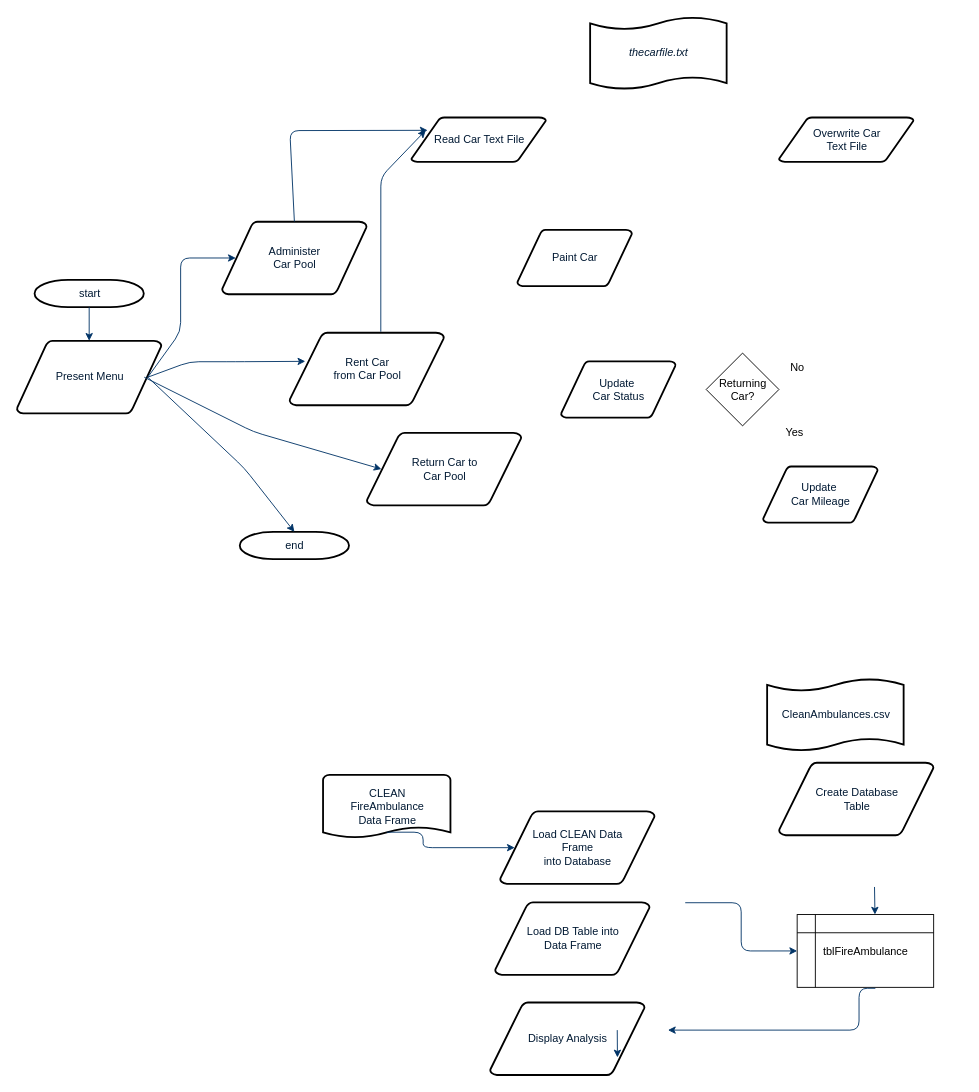
This is OOP Part 1.drawio from JackDaedalus/hello-world, a draw.io file, before an edit. Source tidied: cells renumbered, new cells numbered last; positions are measured from the earlier drawing's top-left corner, leaving out a move shared by most shapes. Both pictures are drawn from the tidied source at 91%, with x=0, y=0 at pixel (16, 16).
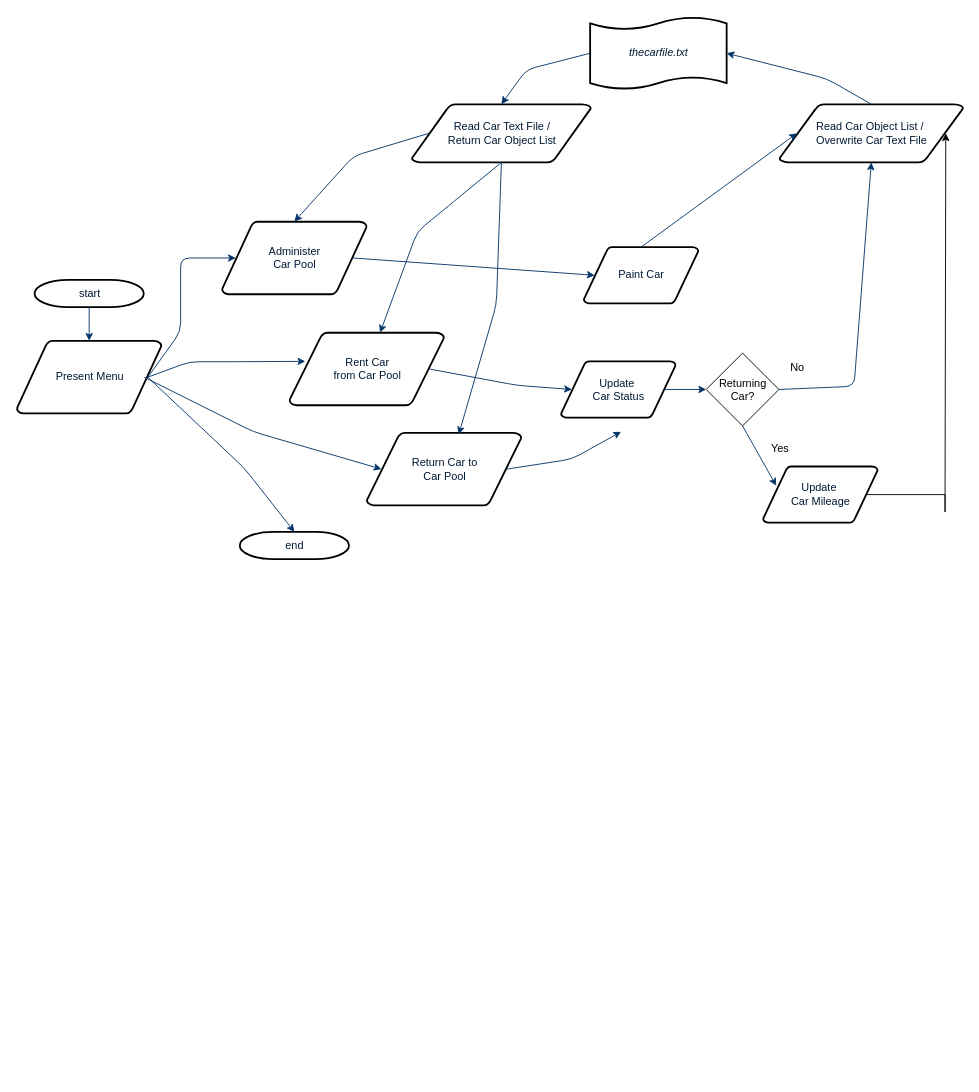
Above is the later version.

The change refers to these unchanged cells:
```xml
<mxCell id="3" value="Administer&lt;br&gt;Car Pool" style="shape=mxgraph.flowchart.data;fillColor=#FFFFFF;strokeColor=#000000;strokeWidth=2;gradientColor=none;gradientDirection=north;fontColor=#001933;fontStyle=0;html=1;" parent="1" vertex="1">
  <mxGeometry x="225.5" y="225" width="159" height="80" as="geometry" />
</mxCell>
<mxCell id="7" value="Rent Car&lt;br&gt;from Car Pool" style="shape=mxgraph.flowchart.data;fillColor=#FFFFFF;strokeColor=#000000;strokeWidth=2;gradientColor=none;gradientDirection=north;fontColor=#001933;fontStyle=0;html=1;" parent="1" vertex="1">
  <mxGeometry x="299.5" y="347" width="170" height="80" as="geometry" />
</mxCell>
<mxCell id="8" value="&lt;i&gt;thecarfile.txt&lt;/i&gt;" style="shape=mxgraph.flowchart.paper_tape;fillColor=#FFFFFF;strokeColor=#000000;strokeWidth=2;gradientColor=none;gradientDirection=north;fontColor=#001933;fontStyle=0;html=1;" parent="1" vertex="1">
  <mxGeometry x="630" y="-0.5" width="150" height="81" as="geometry" />
</mxCell>
<mxCell id="21" value="Return Car to&lt;br&gt;Car Pool" style="shape=mxgraph.flowchart.data;fillColor=#FFFFFF;strokeColor=#000000;strokeWidth=2;gradientColor=none;gradientDirection=north;fontColor=#001933;fontStyle=0;html=1;" parent="1" vertex="1">
  <mxGeometry x="384.5" y="457" width="170" height="80" as="geometry" />
</mxCell>
<mxCell id="25" value="Update&amp;nbsp;&lt;br&gt;Car Status" style="shape=mxgraph.flowchart.data;fillColor=#FFFFFF;strokeColor=#000000;strokeWidth=2;gradientColor=none;gradientDirection=north;fontColor=#001933;fontStyle=0;html=1;" parent="1" vertex="1">
  <mxGeometry x="598" y="378.5" width="126" height="62" as="geometry" />
</mxCell>
<mxCell id="28" value="Returning Car?" style="rhombus;whiteSpace=wrap;html=1;" parent="1" vertex="1">
  <mxGeometry x="757.5" y="369.5" width="80" height="80" as="geometry" />
</mxCell>
<mxCell id="29" value="Update&amp;nbsp;&lt;br&gt;Car Mileage" style="shape=mxgraph.flowchart.data;fillColor=#FFFFFF;strokeColor=#000000;strokeWidth=2;gradientColor=none;gradientDirection=north;fontColor=#001933;fontStyle=0;html=1;" parent="1" vertex="1">
  <mxGeometry x="820" y="494" width="126" height="62" as="geometry" />
</mxCell>
```

What changed in the source:
```diff
@@
-    <mxCell id="9" value="CleanAmbulances.csv" style="shape=mxgraph.flowchart.paper_tape;fillColor=#FFFFFF;strokeColor=#000000;strokeWidth=2;gradientColor=none;gradientDirection=north;fontColor=#001933;fontStyle=0;html=1;" parent="1" vertex="1">
-      <mxGeometry x="824.5" y="726.5" width="150" height="81" as="geometry" />
-    </mxCell>
-    <mxCell id="10" value="Create Database&lt;br&gt;Table" style="shape=mxgraph.flowchart.data;fillColor=#FFFFFF;strokeColor=#000000;strokeWidth=2;gradientColor=none;gradientDirection=north;fontColor=#001933;fontStyle=0;html=1;" parent="1" vertex="1">
-      <mxGeometry x="837.5" y="819.5" width="170" height="80" as="geometry" />
-    </mxCell>
-    <mxCell id="11" value="tblFireAmbulance" style="shape=internalStorage;whiteSpace=wrap;html=1;backgroundOutline=1;" parent="1" vertex="1">
-      <mxGeometry x="857.5" y="986.5" width="150" height="80" as="geometry" />
-    </mxCell>
-    <mxCell id="12" style="edgeStyle=elbowEdgeStyle;elbow=horizontal;fontColor=#001933;fontStyle=1;strokeColor=#003366;strokeWidth=1;html=1;exitX=0.5;exitY=1;exitDx=0;exitDy=0;exitPerimeter=0;" parent="1" edge="1" target="11">
-      <mxGeometry x="397.5" y="290.5" as="geometry">
-        <mxPoint x="942.5" y="956.2" as="sourcePoint" />
-      </mxGeometry>
-    </mxCell>
-    <mxCell id="13" style="edgeStyle=elbowEdgeStyle;elbow=horizontal;fontColor=#001933;fontStyle=1;strokeColor=#003366;strokeWidth=1;html=1;exitX=0.573;exitY=1.013;exitDx=0;exitDy=0;exitPerimeter=0;" parent="1" edge="1" source="11">
-      <mxGeometry x="412.5" y="347.5" as="geometry">
-        <mxPoint x="715.5" y="1113.5" as="targetPoint" />
-        <Array as="points">
-          <mxPoint x="925.5" y="1093.5" />
-        </Array>
-      </mxGeometry>
-    </mxCell>
-    <mxCell id="14" value="Load DB Table into&lt;br&gt;Data Frame" style="shape=mxgraph.flowchart.data;fillColor=#FFFFFF;strokeColor=#000000;strokeWidth=2;gradientColor=none;gradientDirection=north;fontColor=#001933;fontStyle=0;html=1;" parent="1" vertex="1">
-      <mxGeometry x="525.5" y="973" width="170" height="80" as="geometry" />
-    </mxCell>
-    <mxCell id="15" value="CLEAN &lt;br&gt;FireAmbulance &lt;br&gt;Data Frame" style="shape=mxgraph.flowchart.document;fillColor=#FFFFFF;strokeColor=#000000;strokeWidth=2;gradientColor=none;gradientDirection=north;fontColor=#001933;fontStyle=0;html=1;" parent="1" vertex="1">
-      <mxGeometry x="336.5" y="833" width="140" height="70" as="geometry" />
-    </mxCell>
-    <mxCell id="16" value="Load CLEAN Data &lt;br&gt;Frame&lt;br&gt;into Database" style="shape=mxgraph.flowchart.data;fillColor=#FFFFFF;strokeColor=#000000;strokeWidth=2;gradientColor=none;gradientDirection=north;fontColor=#001933;fontStyle=0;html=1;" parent="1" vertex="1">
-      <mxGeometry x="531" y="873" width="170" height="80" as="geometry" />
-    </mxCell>
-    <mxCell id="17" style="edgeStyle=elbowEdgeStyle;elbow=horizontal;fontColor=#001933;fontStyle=1;strokeColor=#003366;strokeWidth=1;html=1;exitX=0.905;exitY=0.5;exitDx=0;exitDy=0;exitPerimeter=0;" parent="1" edge="1" target="11">
-      <mxGeometry x="407.5" y="250.5" as="geometry">
-        <mxPoint x="734.5" y="973.5" as="sourcePoint" />
-      </mxGeometry>
-    </mxCell>
-    <mxCell id="18" value="Display Analysis" style="shape=mxgraph.flowchart.data;fillColor=#FFFFFF;strokeColor=#000000;strokeWidth=2;gradientColor=none;gradientDirection=north;fontColor=#001933;fontStyle=0;html=1;" parent="1" vertex="1">
-      <mxGeometry x="520" y="1083" width="170" height="80" as="geometry" />
-    </mxCell>
-    <mxCell id="19" style="edgeStyle=elbowEdgeStyle;elbow=horizontal;fontColor=#001933;fontStyle=1;strokeColor=#003366;strokeWidth=1;html=1;exitX=0.5;exitY=1;exitDx=0;exitDy=0;exitPerimeter=0;" parent="1" edge="1">
-      <mxGeometry x="405.5" y="57.5" as="geometry">
-        <mxPoint x="659.8" y="1113.5" as="sourcePoint" />
-        <mxPoint x="659.8" y="1143.5" as="targetPoint" />
-      </mxGeometry>
-    </mxCell>
-    <mxCell id="20" style="edgeStyle=elbowEdgeStyle;elbow=horizontal;fontColor=#001933;fontStyle=1;strokeColor=#003366;strokeWidth=1;html=1;exitX=0.5;exitY=0.9;exitDx=0;exitDy=0;exitPerimeter=0;entryX=0.095;entryY=0.5;entryDx=0;entryDy=0;entryPerimeter=0;" parent="1" edge="1" source="15" target="16">
-      <mxGeometry x="366.5" y="7" as="geometry">
-        <Array as="points">
-          <mxPoint x="446.5" y="919" />
-        </Array>
-      </mxGeometry>
-    </mxCell>
@@
-    <mxCell id="23" value="Read Car Text File" style="shape=mxgraph.flowchart.data;fillColor=#FFFFFF;strokeColor=#000000;strokeWidth=2;gradientColor=none;gradientDirection=north;fontColor=#001933;fontStyle=0;html=1;" parent="1" vertex="1">
-      <mxGeometry x="433.5" y="110.5" width="148" height="49" as="geometry" />
+    <mxCell id="23" value="Read Car Text File / &lt;br&gt;Return Car Object List" style="shape=mxgraph.flowchart.data;fillColor=#FFFFFF;strokeColor=#000000;strokeWidth=2;gradientColor=none;gradientDirection=north;fontColor=#001933;fontStyle=0;html=1;" parent="1" vertex="1">
+      <mxGeometry x="434" y="96" width="197" height="64" as="geometry" />
     </mxCell>
     <mxCell id="24" value="Paint Car" style="shape=mxgraph.flowchart.data;fillColor=#FFFFFF;strokeColor=#000000;strokeWidth=2;gradientColor=none;gradientDirection=north;fontColor=#001933;fontStyle=0;html=1;" parent="1" vertex="1">
-      <mxGeometry x="550" y="234" width="126" height="62" as="geometry" />
+      <mxGeometry x="623" y="253" width="126" height="62" as="geometry" />
     </mxCell>
@@
+    <mxCell id="36" style="edgeStyle=orthogonalEdgeStyle;rounded=0;jettySize=auto;html=1;exitX=0.905;exitY=0.5;exitDx=0;exitDy=0;exitPerimeter=0;entryX=0.905;entryY=0.5;entryDx=0;entryDy=0;entryPerimeter=0;" parent="1" edge="1" source="29" target="30">
+      <mxGeometry relative="1" as="geometry">
+        <Array as="points">
+          <mxPoint x="1020" y="544" />
+          <mxPoint x="1020" y="153" />
+        </Array>
+      </mxGeometry>
+    </mxCell>
     <mxCell id="26" value="Yes" style="text;html=1;strokeColor=none;fillColor=none;align=center;verticalAlign=middle;whiteSpace=wrap;rounded=0;" parent="1" vertex="1">
-      <mxGeometry x="820" y="440.5" width="70" height="33" as="geometry" />
+      <mxGeometry x="804" y="458.5" width="70" height="33" as="geometry" />
     </mxCell>
@@
-    <mxCell id="30" value="Overwrite Car &lt;br&gt;Text File" style="shape=mxgraph.flowchart.data;fillColor=#FFFFFF;strokeColor=#000000;strokeWidth=2;gradientColor=none;gradientDirection=north;fontColor=#001933;fontStyle=0;html=1;" parent="1" vertex="1">
-      <mxGeometry x="837.5" y="110.5" width="148" height="49" as="geometry" />
+    <mxCell id="30" value="Read Car Object List /&amp;nbsp;&lt;br&gt;Overwrite Car Text File" style="shape=mxgraph.flowchart.data;fillColor=#FFFFFF;strokeColor=#000000;strokeWidth=2;gradientColor=none;gradientDirection=north;fontColor=#001933;fontStyle=0;html=1;" parent="1" vertex="1">
+      <mxGeometry x="838" y="96" width="202" height="64" as="geometry" />
     </mxCell>
@@
-    <mxCell id="34" style="fontColor=#001933;fontStyle=1;strokeColor=#003366;strokeWidth=1;html=1;entryX=0.121;entryY=0.29;entryDx=0;entryDy=0;entryPerimeter=0;exitX=0.5;exitY=0;exitDx=0;exitDy=0;exitPerimeter=0;" parent="1" edge="1" source="3" target="23">
-      <mxGeometry relative="1" as="geometry">
-        <Array as="points">
-          <mxPoint x="300" y="125" />
-        </Array>
-      </mxGeometry>
+    <mxCell id="34" style="fontColor=#001933;fontStyle=1;strokeColor=#003366;strokeWidth=1;html=1;entryX=0.095;entryY=0.5;entryDx=0;entryDy=0;entryPerimeter=0;exitX=0.905;exitY=0.5;exitDx=0;exitDy=0;exitPerimeter=0;" parent="1" edge="1" source="3" target="24">
+      <mxGeometry relative="1" as="geometry" />
     </mxCell>
-    <mxCell id="35" style="fontColor=#001933;fontStyle=1;strokeColor=#003366;strokeWidth=1;html=1;entryX=0.107;entryY=0.29;entryDx=0;entryDy=0;entryPerimeter=0;exitX=0.591;exitY=-0.012;exitDx=0;exitDy=0;exitPerimeter=0;" parent="1" edge="1" source="7" target="23">
+    <mxCell id="35" style="fontColor=#001933;fontStyle=1;strokeColor=#003366;strokeWidth=1;html=1;entryX=0.095;entryY=0.5;entryDx=0;entryDy=0;entryPerimeter=0;exitX=0.905;exitY=0.5;exitDx=0;exitDy=0;exitPerimeter=0;" parent="1" edge="1" source="7" target="25">
       <mxGeometry relative="1" as="geometry">
         <Array as="points">
-          <mxPoint x="400" y="176" />
+          <mxPoint x="550" y="405" />
         </Array>
       </mxGeometry>
     </mxCell>
+    <mxCell id="37" style="fontColor=#001933;fontStyle=1;strokeColor=#003366;strokeWidth=1;html=1;exitX=0.905;exitY=0.5;exitDx=0;exitDy=0;exitPerimeter=0;" parent="1" edge="1" source="21">
+      <mxGeometry relative="1" as="geometry">
+        <mxPoint x="664" y="456" as="targetPoint" />
+        <Array as="points">
+          <mxPoint x="610" y="486" />
+        </Array>
+      </mxGeometry>
+    </mxCell>
+    <mxCell id="38" style="fontColor=#001933;fontStyle=1;strokeColor=#003366;strokeWidth=1;html=1;exitX=0.905;exitY=0.5;exitDx=0;exitDy=0;exitPerimeter=0;entryX=0;entryY=0.5;entryDx=0;entryDy=0;" parent="1" edge="1" source="25" target="28">
+      <mxGeometry relative="1" as="geometry" />
+    </mxCell>
+    <mxCell id="39" style="fontColor=#001933;fontStyle=1;strokeColor=#003366;strokeWidth=1;html=1;exitX=1;exitY=0.5;exitDx=0;exitDy=0;entryX=0.5;entryY=1;entryDx=0;entryDy=0;entryPerimeter=0;" parent="1" edge="1" source="28" target="30">
+      <mxGeometry relative="1" as="geometry">
+        <Array as="points">
+          <mxPoint x="920" y="406" />
+        </Array>
+      </mxGeometry>
+    </mxCell>
+    <mxCell id="40" style="fontColor=#001933;fontStyle=1;strokeColor=#003366;strokeWidth=1;html=1;exitX=0.5;exitY=1;exitDx=0;exitDy=0;entryX=0.115;entryY=0.343;entryDx=0;entryDy=0;entryPerimeter=0;" parent="1" edge="1" source="28" target="29">
+      <mxGeometry relative="1" as="geometry" />
+    </mxCell>
+    <mxCell id="41" style="fontColor=#001933;fontStyle=1;strokeColor=#003366;strokeWidth=1;html=1;exitX=0;exitY=0.5;exitDx=0;exitDy=0;entryX=0.5;entryY=0;entryDx=0;entryDy=0;entryPerimeter=0;exitPerimeter=0;" parent="1" edge="1" source="8" target="23">
+      <mxGeometry relative="1" as="geometry">
+        <Array as="points">
+          <mxPoint x="560" y="58" />
+        </Array>
+      </mxGeometry>
+    </mxCell>
+    <mxCell id="42" style="fontColor=#001933;fontStyle=1;strokeColor=#003366;strokeWidth=1;html=1;exitX=0.5;exitY=0;exitDx=0;exitDy=0;entryX=1;entryY=0.5;entryDx=0;entryDy=0;entryPerimeter=0;exitPerimeter=0;" parent="1" edge="1" source="30" target="8">
+      <mxGeometry relative="1" as="geometry">
+        <Array as="points">
+          <mxPoint x="890" y="68" />
+        </Array>
+      </mxGeometry>
+    </mxCell>
+    <mxCell id="43" style="fontColor=#001933;fontStyle=1;strokeColor=#003366;strokeWidth=1;html=1;exitX=0.095;exitY=0.5;exitDx=0;exitDy=0;entryX=0.5;entryY=0;entryDx=0;entryDy=0;entryPerimeter=0;exitPerimeter=0;" parent="1" edge="1" source="23" target="3">
+      <mxGeometry relative="1" as="geometry">
+        <Array as="points">
+          <mxPoint x="370" y="153" />
+        </Array>
+      </mxGeometry>
+    </mxCell>
+    <mxCell id="44" style="fontColor=#001933;fontStyle=1;strokeColor=#003366;strokeWidth=1;html=1;exitX=0.5;exitY=1;exitDx=0;exitDy=0;exitPerimeter=0;" parent="1" edge="1" source="23" target="7">
+      <mxGeometry relative="1" as="geometry">
+        <Array as="points">
+          <mxPoint x="440" y="236" />
+        </Array>
+      </mxGeometry>
+    </mxCell>
+    <mxCell id="45" style="fontColor=#001933;fontStyle=1;strokeColor=#003366;strokeWidth=1;html=1;exitX=0.5;exitY=1;exitDx=0;exitDy=0;exitPerimeter=0;entryX=0.595;entryY=0.022;entryDx=0;entryDy=0;entryPerimeter=0;" parent="1" edge="1" source="23" target="21">
+      <mxGeometry relative="1" as="geometry">
+        <Array as="points">
+          <mxPoint x="527" y="316" />
+        </Array>
+      </mxGeometry>
+    </mxCell>
+    <mxCell id="46" style="fontColor=#001933;fontStyle=1;strokeColor=#003366;strokeWidth=1;html=1;entryX=0.095;entryY=0.5;entryDx=0;entryDy=0;entryPerimeter=0;exitX=0.5;exitY=0;exitDx=0;exitDy=0;exitPerimeter=0;" parent="1" edge="1" source="24" target="30">
+      <mxGeometry relative="1" as="geometry" />
+    </mxCell>
```
